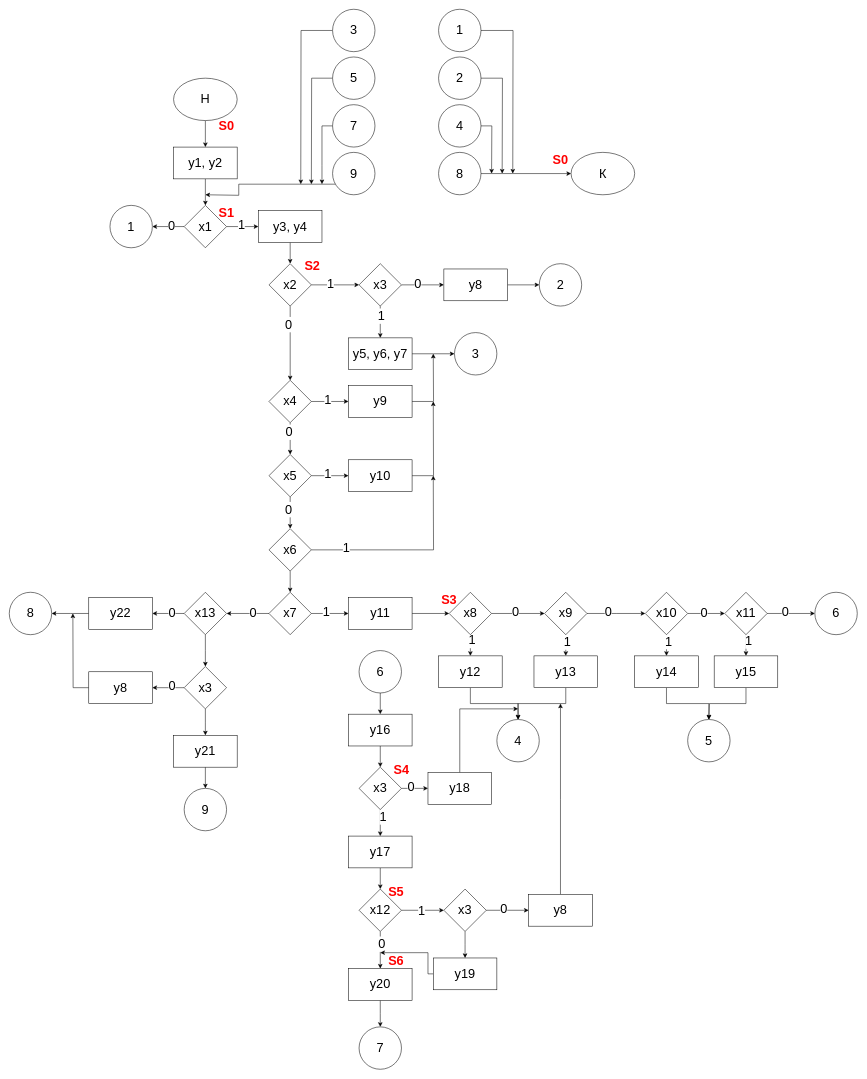
Tsaranchik/TA keeps this draw.io diagram as Lab4/schemes/block-scheme_lab4.drawio. Above is the earlier version. Source tidied: cells renumbered, new cells numbered last; positions are measured from the earlier drawing's top-left corner, leaving out a move shared by most shapes. Both pictures are drawn from the tidied source at 53%, with x=0, y=0 at pixel (9, 9).
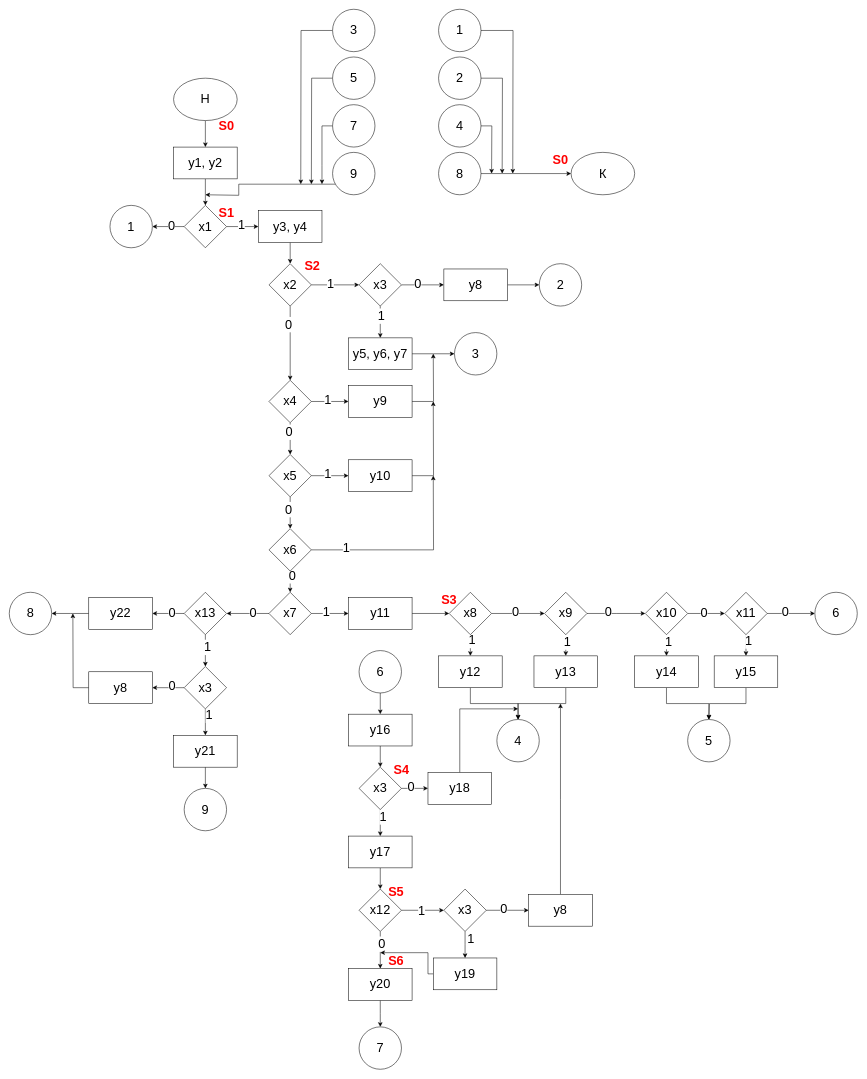
The same diagram, later.

Unchanged cells that the change refers to:
```xml
<mxCell id="46" style="edgeStyle=orthogonalEdgeStyle;rounded=0;jettySize=auto;html=1;entryX=0.5;entryY=0;entryDx=0;entryDy=0;fontSize=24;fontStyle=0;" parent="1" edge="1" source="47" target="52">
  <mxGeometry relative="1" as="geometry" />
</mxCell>
<mxCell id="108" style="edgeStyle=orthogonalEdgeStyle;rounded=0;jettySize=auto;html=1;fontSize=24;fontStyle=0;" parent="1" edge="1" source="109">
  <mxGeometry relative="1" as="geometry">
    <mxPoint x="860" y="1790" as="targetPoint" />
  </mxGeometry>
</mxCell>
<mxCell id="117" style="edgeStyle=orthogonalEdgeStyle;rounded=0;jettySize=auto;html=1;fontSize=24;fontStyle=0;" parent="1" edge="1" source="118">
  <mxGeometry relative="1" as="geometry">
    <mxPoint x="370" y="1240" as="targetPoint" />
  </mxGeometry>
</mxCell>
<mxCell id="124" style="edgeStyle=orthogonalEdgeStyle;rounded=0;jettySize=auto;html=1;fontSize=24;fontStyle=0;" parent="1" edge="1" source="125">
  <mxGeometry relative="1" as="geometry">
    <mxPoint x="370" y="1370" as="targetPoint" />
  </mxGeometry>
</mxCell>
```

What changed in the source:
```diff
@@
+    <mxCell id="156" value="0" style="edgeLabel;html=1;align=center;verticalAlign=middle;fontSize=24;" parent="46" vertex="1">
+      <mxGeometry x="-0.59" y="3" relative="1" as="geometry" />
+    </mxCell>
@@
+    <mxCell id="157" value="1" style="edgeLabel;html=1;align=center;verticalAlign=middle;fontSize=24;" parent="108" vertex="1">
+      <mxGeometry x="-0.5" y="10" relative="1" as="geometry" />
+    </mxCell>
@@
+    <mxCell id="158" value="1" style="edgeLabel;html=1;align=center;verticalAlign=middle;fontSize=24;" parent="117" vertex="1">
+      <mxGeometry x="-0.25" y="3" relative="1" as="geometry" />
+    </mxCell>
@@
+    <mxCell id="159" value="1" style="edgeLabel;html=1;align=center;verticalAlign=middle;fontSize=24;" parent="124" vertex="1">
+      <mxGeometry x="-0.56" y="6" relative="1" as="geometry" />
+    </mxCell>
```
